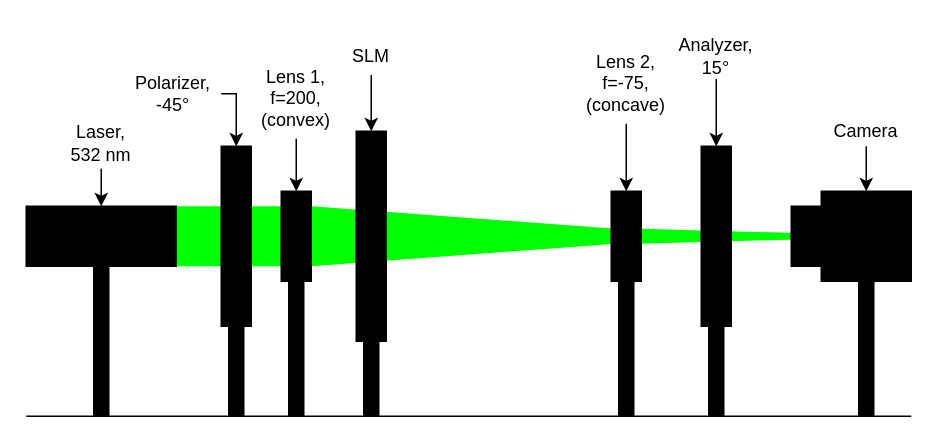
Above: documentation/images/setup_3.drawio in nbaehler/mask-designer (draw.io), before the change. Source tidied: cells renumbered, new cells numbered last; positions are measured from the earlier drawing's top-left corner, leaving out a move shared by most shapes. Both pictures are drawn from the tidied source at 150%, with x=0, y=0 at pixel (26, 33).
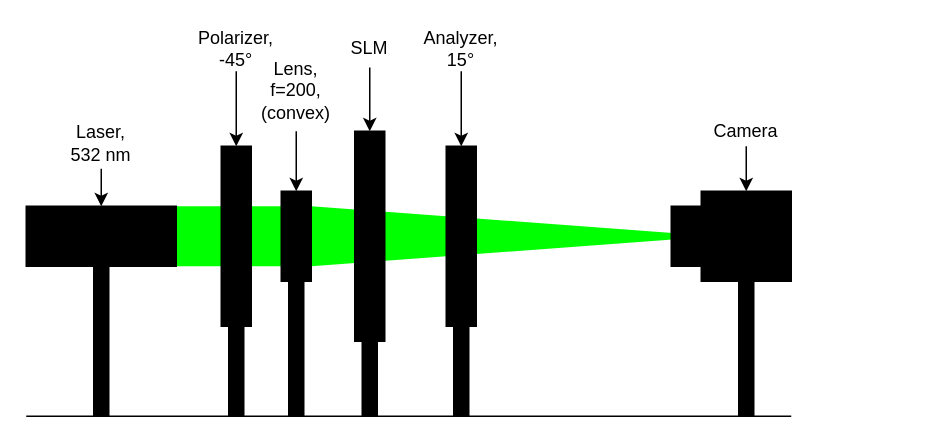
After the change.

The change refers to these unchanged cells:
```xml
<mxCell id="26" style="rounded=0;whiteSpace=wrap;html=1;fillColor=#000000;" parent="1" vertex="1">
  <mxGeometry x="130" y="75" width="20" height="120" as="geometry" />
</mxCell>
```

The edit, as a diff of the source:
```diff
@@
+    <mxCell id="4" style="rounded=0;whiteSpace=wrap;html=1;strokeColor=none;fillColor=#00FF00;" parent="1" vertex="1">
+      <mxGeometry x="150" y="115" width="20" height="40" as="geometry" />
+    </mxCell>
@@
-    <mxCell id="4" style="rounded=0;whiteSpace=wrap;html=1;strokeColor=none;fillColor=#00FF00;" parent="1" vertex="1">
-      <mxGeometry x="150" y="115" width="20" height="40" as="geometry" />
-    </mxCell>
-    <mxCell id="5" style="triangle;whiteSpace=wrap;html=1;fillColor=#00FF00;strokeColor=none;" parent="1" vertex="1">
-      <mxGeometry x="410" y="130" width="180" height="10" as="geometry" />
-    </mxCell>
     <mxCell id="6" style="endArrow=none;html=1;rounded=0;" parent="1" edge="1">
       <mxGeometry relative="1" as="geometry">
         <mxPoint y="255" as="sourcePoint" />
-        <mxPoint x="590" y="255" as="targetPoint" />
+        <mxPoint x="510" y="255" as="targetPoint" />
       </mxGeometry>
     </mxCell>
@@
     <mxCell id="9" style="rounded=0;whiteSpace=wrap;html=1;fillColor=#000000;" parent="1" vertex="1">
-      <mxGeometry x="455" y="195" width="10" height="60" as="geometry" />
+      <mxGeometry x="285" y="195" width="10" height="60" as="geometry" />
     </mxCell>
     <mxCell id="10" style="rounded=0;whiteSpace=wrap;html=1;fillColor=#000000;" parent="1" vertex="1">
-      <mxGeometry x="225" y="205" width="10" height="50" as="geometry" />
+      <mxGeometry x="224" y="205" width="10" height="50" as="geometry" />
     </mxCell>
     <mxCell id="11" style="rounded=0;whiteSpace=wrap;html=1;fillColor=#000000;" parent="1" vertex="1">
-      <mxGeometry x="555" y="165" width="10" height="90" as="geometry" />
+      <mxGeometry x="475" y="165" width="10" height="90" as="geometry" />
     </mxCell>
@@
-    <mxCell id="13" style="rounded=0;whiteSpace=wrap;html=1;fillColor=#000000;" parent="1" vertex="1">
-      <mxGeometry x="395" y="165" width="10" height="90" as="geometry" />
-    </mxCell>
-    <mxCell id="14" style="edgeStyle=orthogonalEdgeStyle;rounded=0;jettySize=auto;html=1;exitX=1;exitY=0.5;exitDx=0;exitDy=0;entryX=0.5;entryY=0;entryDx=0;entryDy=0;" parent="1" edge="1" source="15" target="26">
+    <mxCell id="14" style="edgeStyle=none;html=1;" parent="1" edge="1" source="15" target="26">
       <mxGeometry relative="1" as="geometry" />
     </mxCell>
     <mxCell id="15" value="Polarizer,&lt;br&gt;-45°" style="text;html=1;strokeColor=none;fillColor=none;align=center;verticalAlign=middle;whiteSpace=wrap;rounded=0;" parent="1" vertex="1">
-      <mxGeometry x="66" y="25" width="64" height="30" as="geometry" />
+      <mxGeometry x="108" y="-5" width="64" height="30" as="geometry" />
     </mxCell>
@@
-    <mxCell id="18" style="edgeStyle=orthogonalEdgeStyle;rounded=0;jettySize=auto;html=1;exitX=0.5;exitY=1;exitDx=0;exitDy=0;" parent="1" edge="1" source="19" target="28">
+    <mxCell id="18" style="edgeStyle=none;html=1;exitX=0.5;exitY=1;exitDx=0;exitDy=0;entryX=0.5;entryY=0;entryDx=0;entryDy=0;" parent="1" edge="1" source="19" target="28">
       <mxGeometry relative="1" as="geometry" />
     </mxCell>
     <mxCell id="19" value="SLM" style="text;html=1;strokeColor=none;fillColor=none;align=center;verticalAlign=middle;whiteSpace=wrap;rounded=0;" parent="1" vertex="1">
-      <mxGeometry x="200" y="2.5" width="60" height="25" as="geometry" />
+      <mxGeometry x="199" y="-2.5" width="60" height="25" as="geometry" />
     </mxCell>
@@
-    <mxCell id="21" value="&lt;div&gt;Lens 1,&lt;/div&gt;&lt;div&gt;f=200,&lt;br&gt;&lt;/div&gt;&lt;div&gt;(convex)&lt;br&gt;&lt;/div&gt;" style="text;html=1;strokeColor=none;fillColor=none;align=center;verticalAlign=middle;whiteSpace=wrap;rounded=0;" parent="1" vertex="1">
-      <mxGeometry x="150" y="15" width="60" height="55" as="geometry" />
+    <mxCell id="21" value="&lt;div&gt;Lens,&lt;/div&gt;&lt;div&gt;f=200,&lt;br&gt;&lt;/div&gt;&lt;div&gt;(convex)&lt;br&gt;&lt;/div&gt;" style="text;html=1;strokeColor=none;fillColor=none;align=center;verticalAlign=middle;whiteSpace=wrap;rounded=0;" parent="1" vertex="1">
+      <mxGeometry x="150" y="10" width="60" height="55" as="geometry" />
     </mxCell>
@@
     <mxCell id="23" value="Analyzer,&lt;br&gt;15°" style="text;html=1;strokeColor=none;fillColor=none;align=center;verticalAlign=middle;whiteSpace=wrap;rounded=0;" parent="1" vertex="1">
-      <mxGeometry x="428" width="64" height="30" as="geometry" />
+      <mxGeometry x="258" y="-5" width="64" height="30" as="geometry" />
     </mxCell>
-    <mxCell id="24" style="edgeStyle=orthogonalEdgeStyle;rounded=0;jettySize=auto;html=1;exitX=0.5;exitY=1;exitDx=0;exitDy=0;entryX=0.5;entryY=0;entryDx=0;entryDy=0;" parent="1" edge="1" source="25" target="35">
-      <mxGeometry relative="1" as="geometry" />
-    </mxCell>
-    <mxCell id="25" value="&lt;div&gt;Lens 2,&lt;/div&gt;&lt;div&gt;f=-75,&lt;br&gt;&lt;/div&gt;&lt;div&gt;(concave)&lt;/div&gt;" style="text;html=1;strokeColor=none;fillColor=none;align=center;verticalAlign=middle;whiteSpace=wrap;rounded=0;" parent="1" vertex="1">
-      <mxGeometry x="370" y="5" width="60" height="55" as="geometry" />
-    </mxCell>
@@
     <mxCell id="27" style="rounded=0;whiteSpace=wrap;html=1;fillColor=#000000;" parent="1" vertex="1">
-      <mxGeometry x="450" y="75" width="20" height="120" as="geometry" />
+      <mxGeometry x="280" y="75" width="20" height="120" as="geometry" />
     </mxCell>
     <mxCell id="28" style="rounded=0;whiteSpace=wrap;html=1;fillColor=#000000;" parent="1" vertex="1">
-      <mxGeometry x="220" y="65" width="20" height="140" as="geometry" />
+      <mxGeometry x="219" y="65" width="20" height="140" as="geometry" />
     </mxCell>
@@
     <mxCell id="30" style="rounded=0;whiteSpace=wrap;html=1;fillColor=#000000;" parent="1" vertex="1">
-      <mxGeometry x="510" y="115" width="20" height="40" as="geometry" />
+      <mxGeometry x="430" y="115" width="20" height="40" as="geometry" />
     </mxCell>
     <mxCell id="31" style="rounded=0;whiteSpace=wrap;html=1;fillColor=#000000;" parent="1" vertex="1">
-      <mxGeometry x="530" y="105" width="60" height="60" as="geometry" />
+      <mxGeometry x="450" y="105" width="60" height="60" as="geometry" />
     </mxCell>
@@
     <mxCell id="34" value="Camera" style="text;html=1;strokeColor=none;fillColor=none;align=center;verticalAlign=middle;whiteSpace=wrap;rounded=0;" parent="1" vertex="1">
-      <mxGeometry x="530" y="55" width="60" height="20" as="geometry" />
+      <mxGeometry x="450" y="55" width="60" height="20" as="geometry" />
     </mxCell>
-    <mxCell id="35" style="rounded=0;whiteSpace=wrap;html=1;fillColor=#000000;fillOpacity=100;" parent="1" vertex="1">
-      <mxGeometry x="390" y="105" width="20" height="60" as="geometry" />
-    </mxCell>
```
